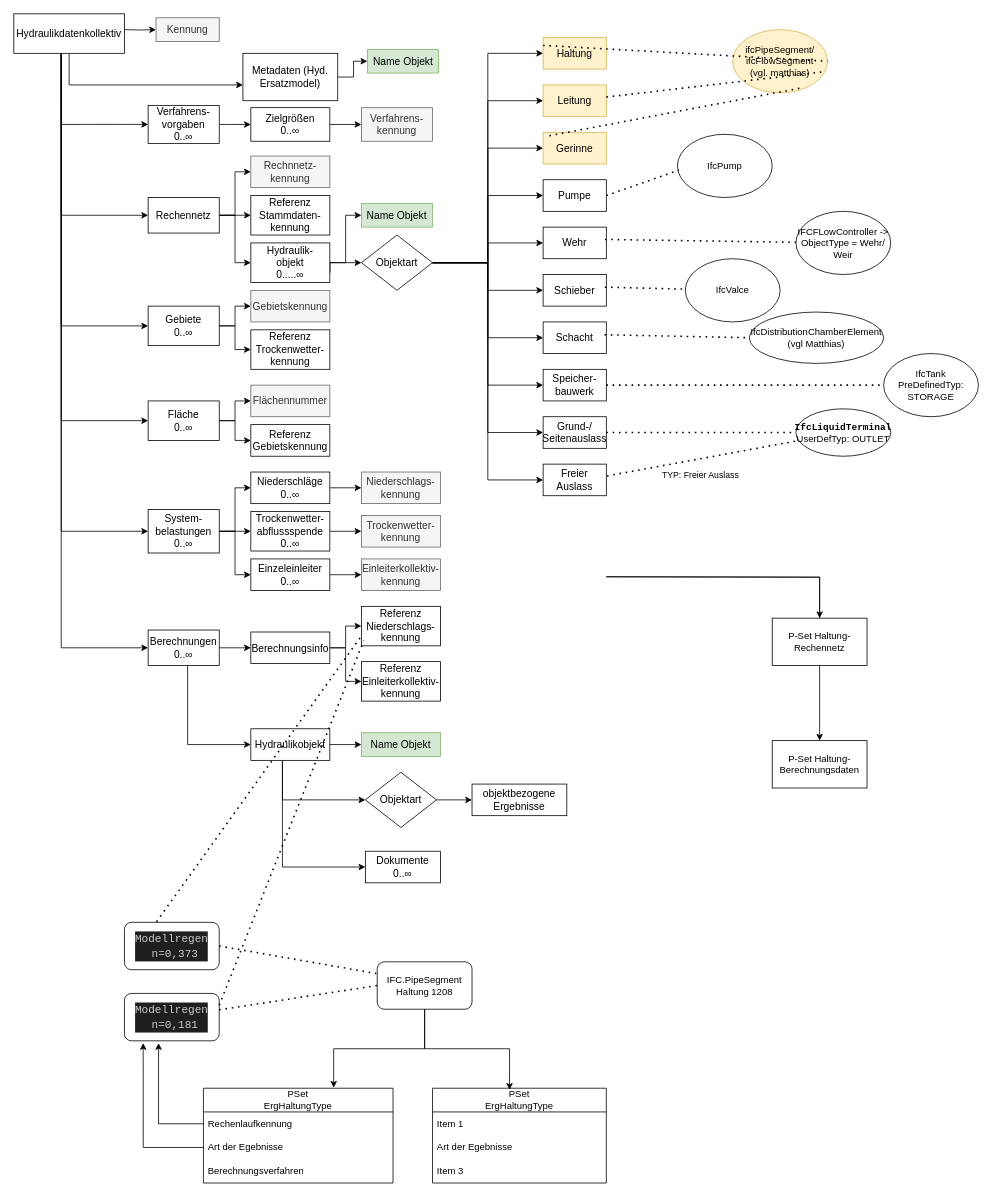
This is Grobwasser mit IFC Klassen.drawio from simonwb123/BA-ISYBAU, a draw.io file, before an edit. Source tidied: cells renumbered, new cells numbered last; positions are measured from the earlier drawing's top-left corner, leaving out a move shared by most shapes. Both pictures are drawn from the tidied source at 79%, with x=0, y=0 at pixel (13, 13).
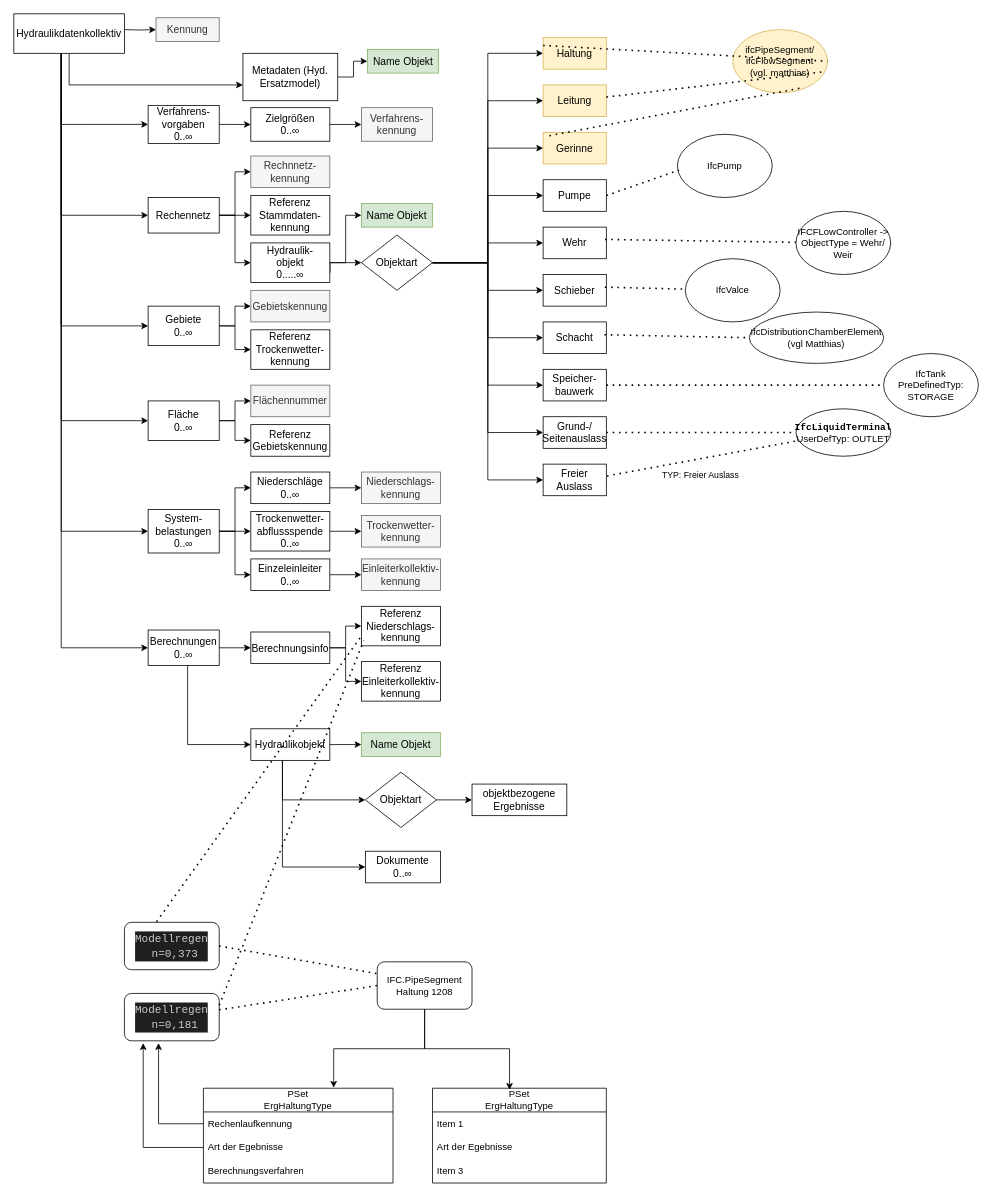
Above is the later version.

The edit, as a diff of the source:
```diff
@@
-    <mxCell id="107" style="edgeStyle=orthogonalEdgeStyle;rounded=0;jettySize=auto;html=1;" parent="1" edge="1" target="109">
-      <mxGeometry relative="1" as="geometry">
-        <mxPoint x="750" y="712.6" as="sourcePoint" />
-      </mxGeometry>
-    </mxCell>
-    <mxCell id="108" style="edgeStyle=orthogonalEdgeStyle;rounded=0;jettySize=auto;html=1;" parent="1" edge="1" target="110">
-      <mxGeometry relative="1" as="geometry">
-        <mxPoint x="750" y="712.6" as="sourcePoint" />
-      </mxGeometry>
-    </mxCell>
-    <mxCell id="109" value="P-Set Haltung-Rechennetz" style="rounded=0;whiteSpace=wrap;html=1;" parent="1" vertex="1">
-      <mxGeometry x="960" y="765" width="120" height="60" as="geometry" />
-    </mxCell>
-    <mxCell id="110" value="P-Set Haltung-Berechnungsdaten" style="whiteSpace=wrap;html=1;rounded=0;" parent="1" vertex="1">
-      <mxGeometry x="960" y="920" width="120" height="60" as="geometry" />
-    </mxCell>
```
